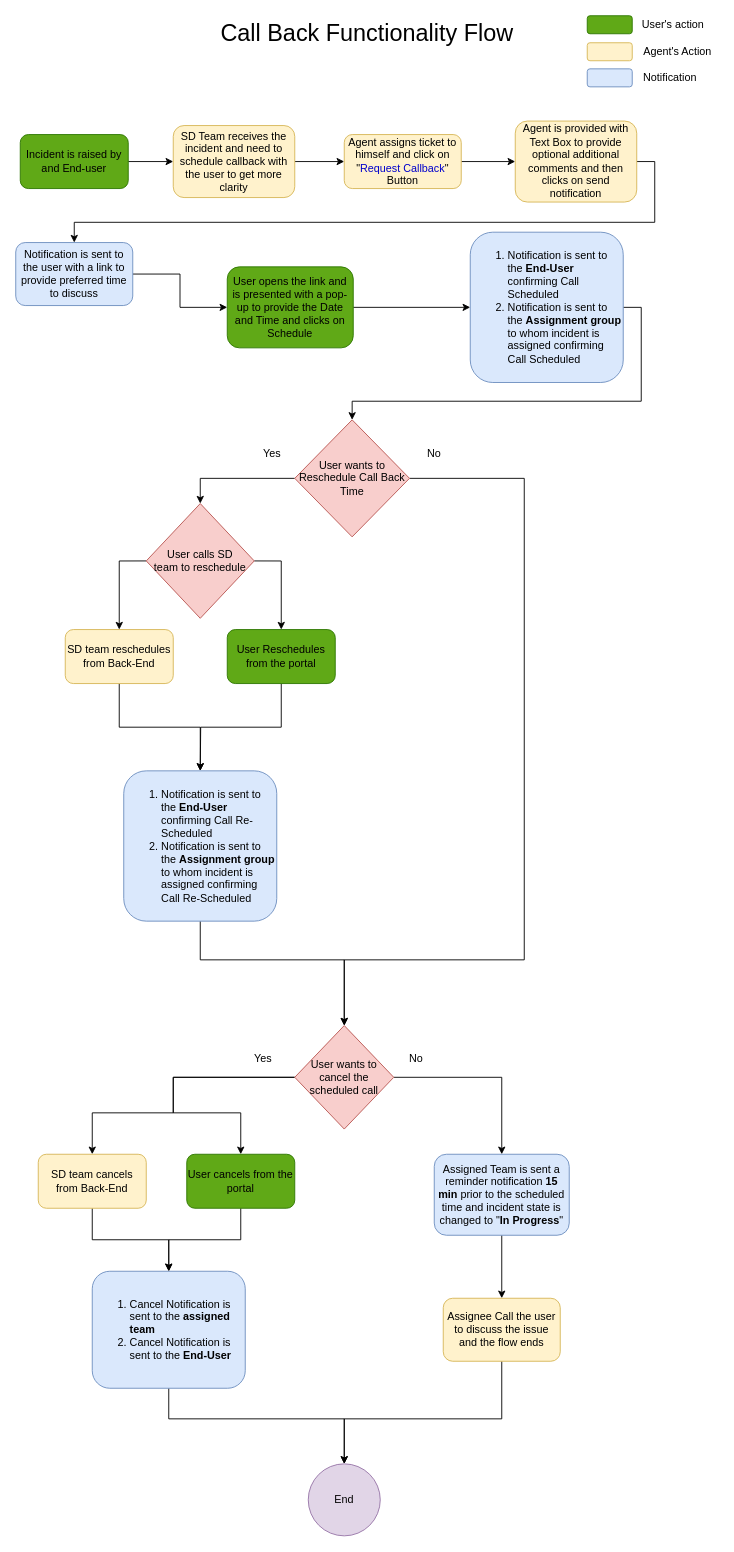
sunjyot1993/Call-Back-Flow keeps this draw.io diagram as Untitled Diagram.drawio. Above is the earlier version. Source tidied: cells renumbered, new cells numbered last; positions are measured from the earlier drawing's top-left corner, leaving out a move shared by most shapes. Both pictures are drawn from the tidied source at 90%, with x=0, y=0 at pixel (15, 15).
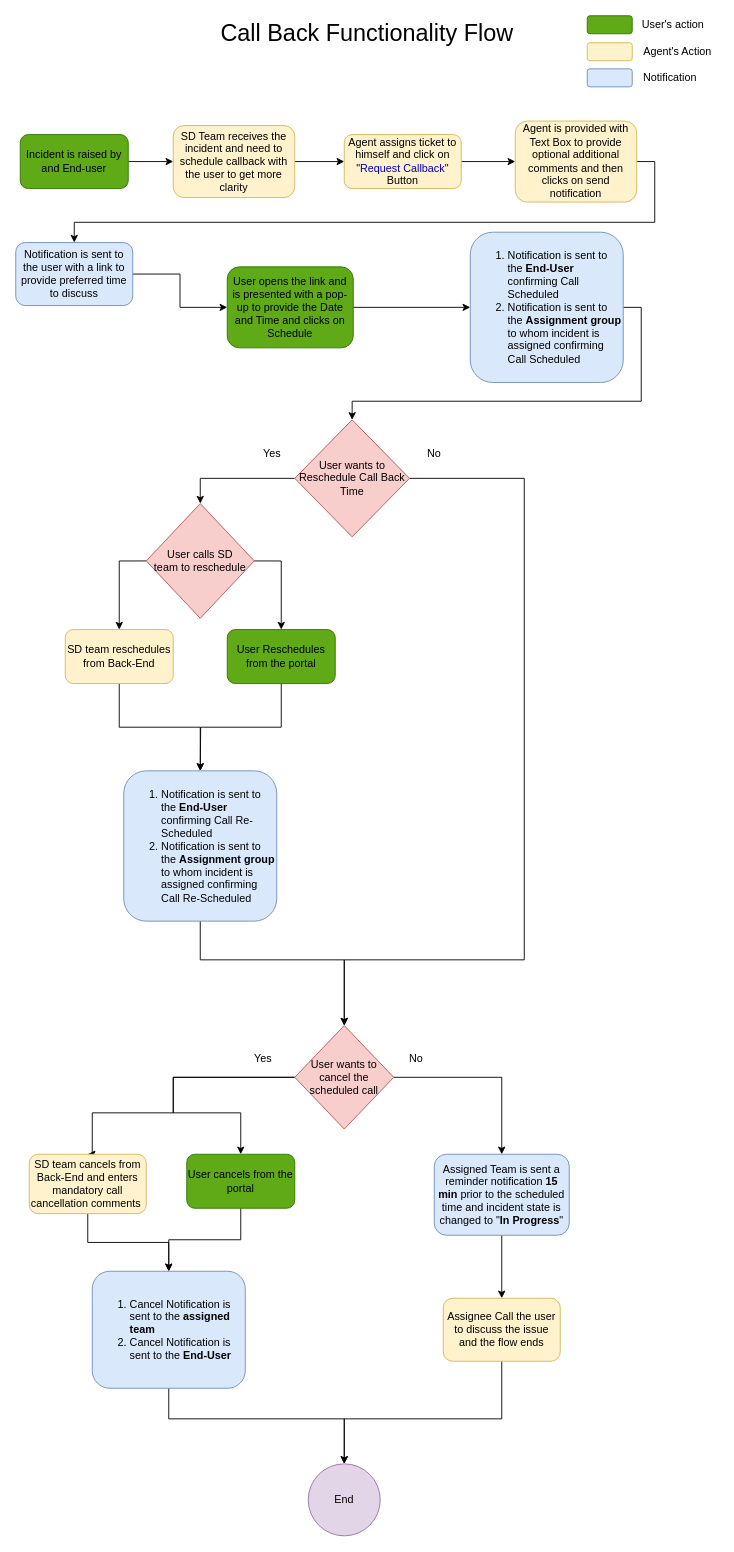
The same diagram, later.

Change to the diagram source:
```diff
@@
-    <mxCell id="49" value="SD team cancels from Back-End" style="rounded=1;whiteSpace=wrap;html=1;fillColor=#fff2cc;strokeColor=#d6b656;" parent="1" vertex="1">
-      <mxGeometry x="25" y="1265" width="120" height="60" as="geometry" />
+    <mxCell id="49" value="SD team cancels from Back-End and enters mandatory call cancellation comments&amp;nbsp;" style="rounded=1;whiteSpace=wrap;html=1;fillColor=#fff2cc;strokeColor=#d6b656;" parent="1" vertex="1">
+      <mxGeometry x="15" y="1265" width="130" height="66" as="geometry" />
     </mxCell>
```
